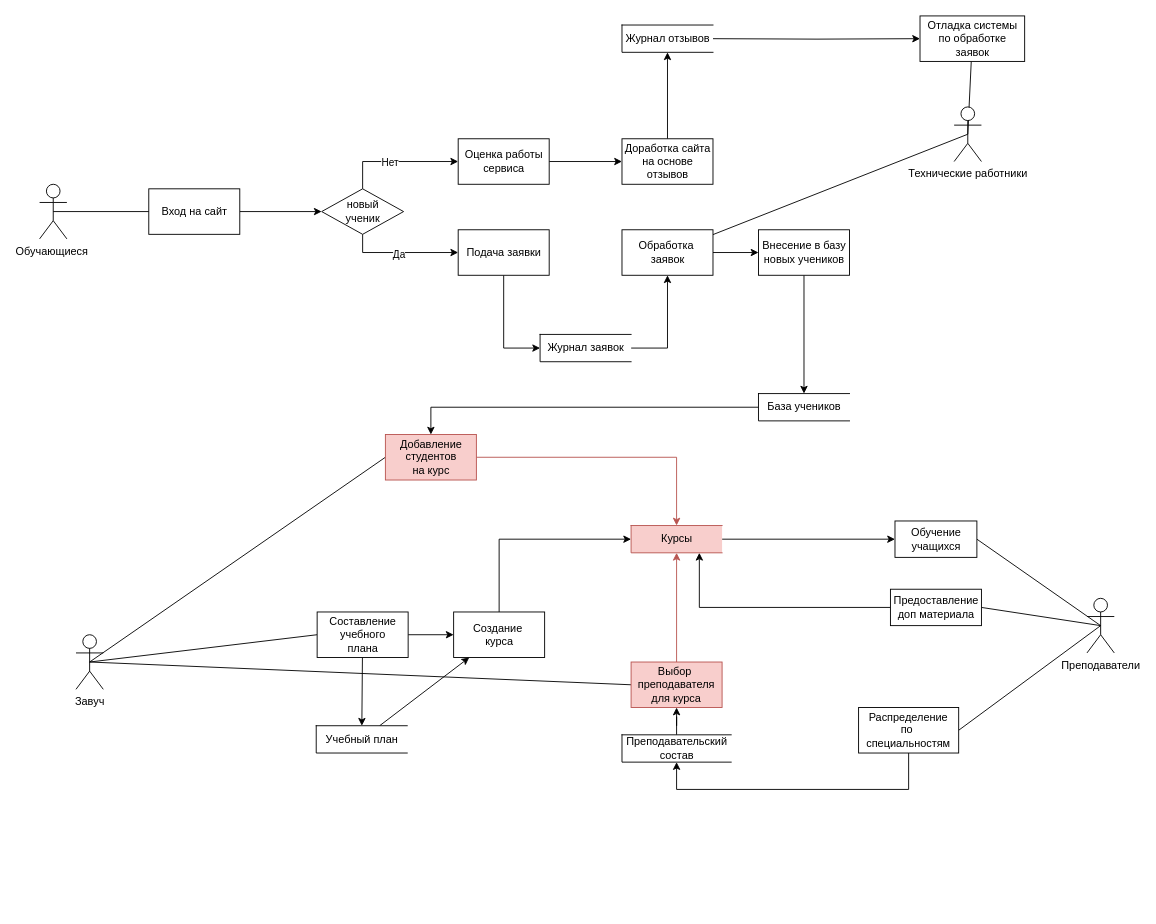
Above: DFD1.drawio in JKtheeone/Online-School (draw.io), before the change. Source tidied: cells renumbered, new cells numbered last; positions are measured from the earlier drawing's top-left corner, leaving out a move shared by most shapes. Both pictures are drawn from the tidied source at 91%, with x=0, y=0 at pixel (39, 15).
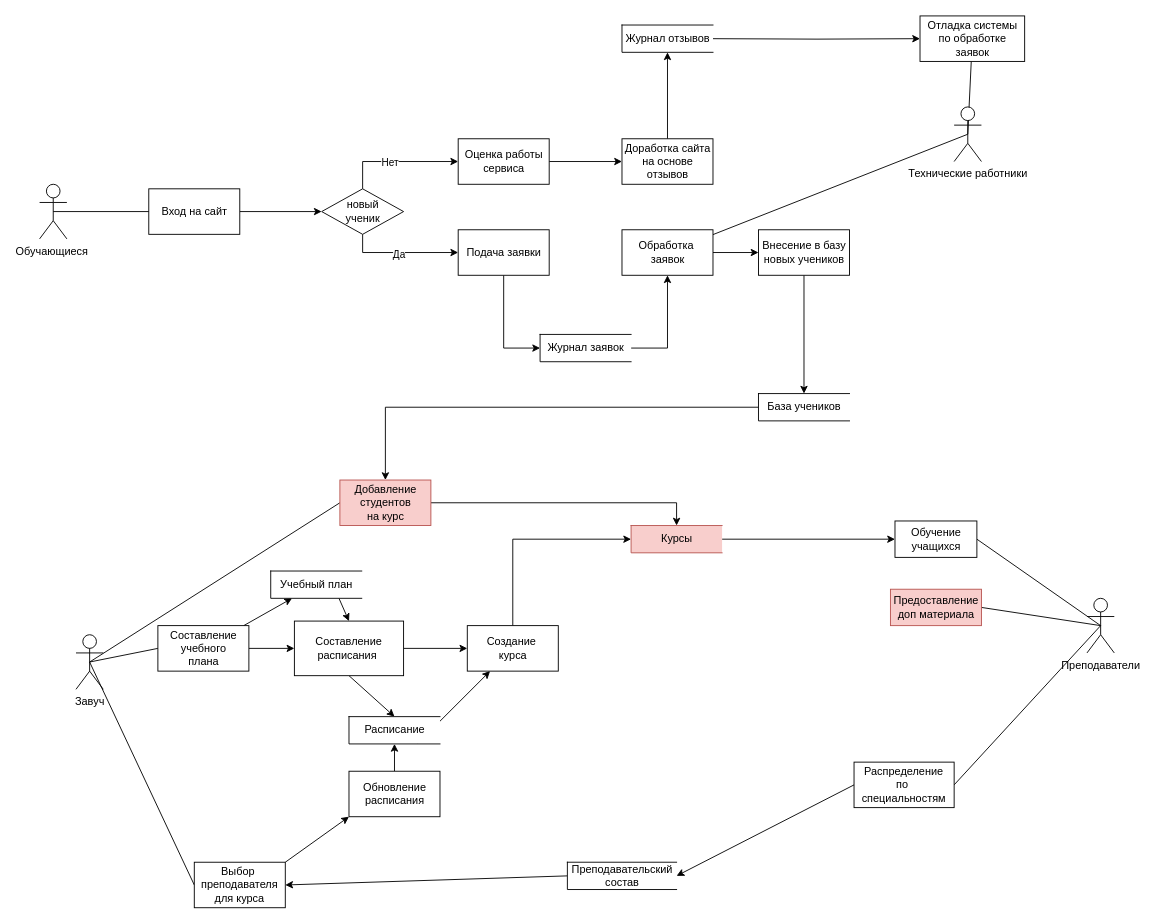
The same page after the edit.

Unchanged cells that the change refers to:
```xml
<mxCell id="33" value="Курсы" style="html=1;dashed=0;whitespace=wrap;shape=partialRectangle;right=0;fillColor=#f8cecc;strokeColor=#b85450;" parent="1" vertex="1">
  <mxGeometry x="650" y="560" width="100" height="30" as="geometry" />
</mxCell>
```

What changed in the source:
```diff
@@
-    <mxCell id="38" style="edgeStyle=orthogonalEdgeStyle;rounded=0;jettySize=auto;html=1;exitX=0;exitY=0.5;exitDx=0;exitDy=0;entryX=0.75;entryY=1;entryDx=0;entryDy=0;endArrow=classic;endFill=1;" parent="1" edge="1" source="39" target="33">
-      <mxGeometry relative="1" as="geometry" />
-    </mxCell>
-    <mxCell id="39" value="Предоставление&lt;br&gt;доп материала" style="html=1;dashed=0;whitespace=wrap;" parent="1" vertex="1">
+    <mxCell id="39" value="Предоставление&lt;br&gt;доп материала" style="html=1;dashed=0;whitespace=wrap;fillColor=#f8cecc;strokeColor=#b85450;" parent="1" vertex="1">
       <mxGeometry x="935" y="630" width="100" height="40" as="geometry" />
     </mxCell>
-    <mxCell id="40" style="edgeStyle=orthogonalEdgeStyle;rounded=0;jettySize=auto;html=1;exitX=1;exitY=0.5;exitDx=0;exitDy=0;entryX=0;entryY=0.5;entryDx=0;entryDy=0;endArrow=classic;endFill=1;" parent="1" edge="1" source="42" target="44">
-      <mxGeometry relative="1" as="geometry" />
-    </mxCell>
@@
+    <mxCell id="59" style="edgeStyle=none;rounded=0;jettySize=auto;html=1;exitX=1;exitY=0.5;exitDx=0;exitDy=0;entryX=0;entryY=0.5;entryDx=0;entryDy=0;" parent="1" edge="1" source="42" target="64">
+      <mxGeometry relative="1" as="geometry" />
+    </mxCell>
     <mxCell id="42" value="Составление&lt;br&gt;учебного&lt;br&gt;плана" style="html=1;dashed=0;whitespace=wrap;" parent="1" vertex="1">
-      <mxGeometry x="305" y="655" width="100" height="50" as="geometry" />
+      <mxGeometry x="130" y="670" width="100" height="50" as="geometry" />
     </mxCell>
@@
     <mxCell id="44" value="Создание&amp;nbsp;&lt;br&gt;курса" style="html=1;dashed=0;whitespace=wrap;" parent="1" vertex="1">
-      <mxGeometry x="455" y="655" width="100" height="50" as="geometry" />
+      <mxGeometry x="470" y="670" width="100" height="50" as="geometry" />
     </mxCell>
-    <mxCell id="45" style="edgeStyle=orthogonalEdgeStyle;rounded=0;jettySize=auto;html=1;exitX=1;exitY=0.5;exitDx=0;exitDy=0;entryX=0.5;entryY=0;entryDx=0;entryDy=0;endArrow=classic;endFill=1;fillColor=#f8cecc;strokeColor=#b85450;" parent="1" edge="1" source="46" target="33">
+    <mxCell id="45" style="edgeStyle=orthogonalEdgeStyle;rounded=0;jettySize=auto;html=1;exitX=1;exitY=0.5;exitDx=0;exitDy=0;entryX=0.5;entryY=0;entryDx=0;entryDy=0;" parent="1" edge="1" source="46" target="33">
       <mxGeometry relative="1" as="geometry" />
     </mxCell>
     <mxCell id="46" value="Добавление&lt;br&gt;студентов&lt;br&gt;на курс" style="html=1;dashed=0;whitespace=wrap;fillColor=#f8cecc;strokeColor=#b85450;" parent="1" vertex="1">
-      <mxGeometry x="380" y="460" width="100" height="50" as="geometry" />
+      <mxGeometry x="330" y="510" width="100" height="50" as="geometry" />
     </mxCell>
@@
-    <mxCell id="51" style="edgeStyle=orthogonalEdgeStyle;rounded=0;jettySize=auto;html=1;exitX=0.5;exitY=0;exitDx=0;exitDy=0;entryX=0.5;entryY=1;entryDx=0;entryDy=0;endArrow=classic;endFill=1;fillColor=#f8cecc;strokeColor=#b85450;" parent="1" edge="1" source="52" target="33">
-      <mxGeometry relative="1" as="geometry" />
-    </mxCell>
+    <mxCell id="60" style="edgeStyle=none;rounded=0;jettySize=auto;html=1;exitX=1;exitY=0;exitDx=0;exitDy=0;entryX=0;entryY=1;entryDx=0;entryDy=0;" parent="1" edge="1" source="52" target="68">
+      <mxGeometry relative="1" as="geometry" />
+    </mxCell>
-    <mxCell id="52" value="Выбор&amp;nbsp;&lt;br&gt;преподавателя&lt;br&gt;для курса" style="rounded=0;whiteSpace=wrap;html=1;fillColor=#f8cecc;strokeColor=#b85450;" parent="1" vertex="1">
-      <mxGeometry x="650" y="710" width="100" height="50" as="geometry" />
+    <mxCell id="52" value="Выбор&amp;nbsp;&lt;br&gt;преподавателя&lt;br&gt;для курса" style="rounded=0;whiteSpace=wrap;html=1;" parent="1" vertex="1">
+      <mxGeometry x="170" y="930" width="100" height="50" as="geometry" />
     </mxCell>
-    <mxCell id="53" style="edgeStyle=orthogonalEdgeStyle;rounded=0;jettySize=auto;html=1;exitX=0.5;exitY=1;exitDx=0;exitDy=0;entryX=0.5;entryY=1;entryDx=0;entryDy=0;endArrow=classic;endFill=1;" parent="1" edge="1" source="54" target="56">
-      <mxGeometry relative="1" as="geometry">
-        <Array as="points">
-          <mxPoint x="955" y="850" />
-          <mxPoint x="700" y="850" />
-        </Array>
-      </mxGeometry>
+    <mxCell id="53" style="edgeStyle=none;rounded=0;jettySize=auto;html=1;exitX=0;exitY=0.5;exitDx=0;exitDy=0;entryX=1;entryY=0.5;entryDx=0;entryDy=0;" parent="1" edge="1" source="54" target="56">
+      <mxGeometry relative="1" as="geometry" />
     </mxCell>
     <mxCell id="54" value="Распределение&lt;br&gt;по&amp;nbsp;&lt;br&gt;специальностям" style="rounded=0;whiteSpace=wrap;html=1;" parent="1" vertex="1">
-      <mxGeometry x="900" y="760" width="110" height="50" as="geometry" />
+      <mxGeometry x="895" y="820" width="110" height="50" as="geometry" />
     </mxCell>
-    <mxCell id="55" style="edgeStyle=orthogonalEdgeStyle;rounded=0;jettySize=auto;html=1;endArrow=classic;endFill=1;" parent="1" edge="1" source="56" target="52">
+    <mxCell id="55" style="edgeStyle=none;rounded=0;jettySize=auto;html=1;exitX=0;exitY=0.5;exitDx=0;exitDy=0;entryX=1;entryY=0.5;entryDx=0;entryDy=0;" parent="1" edge="1" source="56" target="52">
       <mxGeometry relative="1" as="geometry" />
     </mxCell>
     <mxCell id="56" value="Преподавательский&lt;br&gt;состав" style="html=1;dashed=0;whitespace=wrap;shape=partialRectangle;right=0;" parent="1" vertex="1">
-      <mxGeometry x="640" y="790" width="120" height="30" as="geometry" />
+      <mxGeometry x="580" y="930" width="120" height="30" as="geometry" />
     </mxCell>
-    <mxCell id="57" style="edgeStyle=none;rounded=0;jettySize=auto;html=1;endArrow=classic;endFill=1;" parent="1" edge="1" source="58" target="44">
-      <mxGeometry relative="1" as="geometry" />
-    </mxCell>
+    <mxCell id="61" style="edgeStyle=none;rounded=0;jettySize=auto;html=1;exitX=0.75;exitY=1;exitDx=0;exitDy=0;entryX=0.5;entryY=0;entryDx=0;entryDy=0;" parent="1" edge="1" source="58" target="64">
+      <mxGeometry relative="1" as="geometry" />
+    </mxCell>
     <mxCell id="58" value="Учебный план" style="html=1;dashed=0;whitespace=wrap;shape=partialRectangle;right=0;" parent="1" vertex="1">
-      <mxGeometry x="304" y="780" width="100" height="30" as="geometry" />
+      <mxGeometry x="254" y="610" width="100" height="30" as="geometry" />
     </mxCell>
+    <mxCell id="62" style="edgeStyle=none;rounded=0;jettySize=auto;html=1;exitX=1;exitY=0.5;exitDx=0;exitDy=0;entryX=0;entryY=0.5;entryDx=0;entryDy=0;" parent="1" edge="1" source="64" target="44">
+      <mxGeometry relative="1" as="geometry" />
+    </mxCell>
+    <mxCell id="63" style="edgeStyle=none;rounded=0;jettySize=auto;html=1;exitX=0.5;exitY=1;exitDx=0;exitDy=0;entryX=0.5;entryY=0;entryDx=0;entryDy=0;" parent="1" edge="1" source="64" target="66">
+      <mxGeometry relative="1" as="geometry" />
+    </mxCell>
+    <mxCell id="64" value="Составление&lt;br&gt;расписания&amp;nbsp;" style="rounded=0;whiteSpace=wrap;html=1;" parent="1" vertex="1">
+      <mxGeometry x="280" y="665" width="120" height="60" as="geometry" />
+    </mxCell>
+    <mxCell id="65" style="rounded=0;jettySize=auto;html=1;exitX=0.75;exitY=1;exitDx=0;exitDy=0;" parent="1" edge="1" source="66" target="44">
+      <mxGeometry relative="1" as="geometry" />
+    </mxCell>
+    <mxCell id="66" value="Расписание" style="html=1;dashed=0;whitespace=wrap;shape=partialRectangle;right=0;" parent="1" vertex="1">
+      <mxGeometry x="340" y="770" width="100" height="30" as="geometry" />
+    </mxCell>
+    <mxCell id="67" style="edgeStyle=none;rounded=0;jettySize=auto;html=1;exitX=0.5;exitY=0;exitDx=0;exitDy=0;entryX=0.5;entryY=1;entryDx=0;entryDy=0;" parent="1" edge="1" source="68" target="66">
+      <mxGeometry relative="1" as="geometry" />
+    </mxCell>
+    <mxCell id="68" value="Обновление&lt;br&gt;расписания" style="html=1;dashed=0;whitespace=wrap;" parent="1" vertex="1">
+      <mxGeometry x="340" y="830" width="100" height="50" as="geometry" />
+    </mxCell>
```
